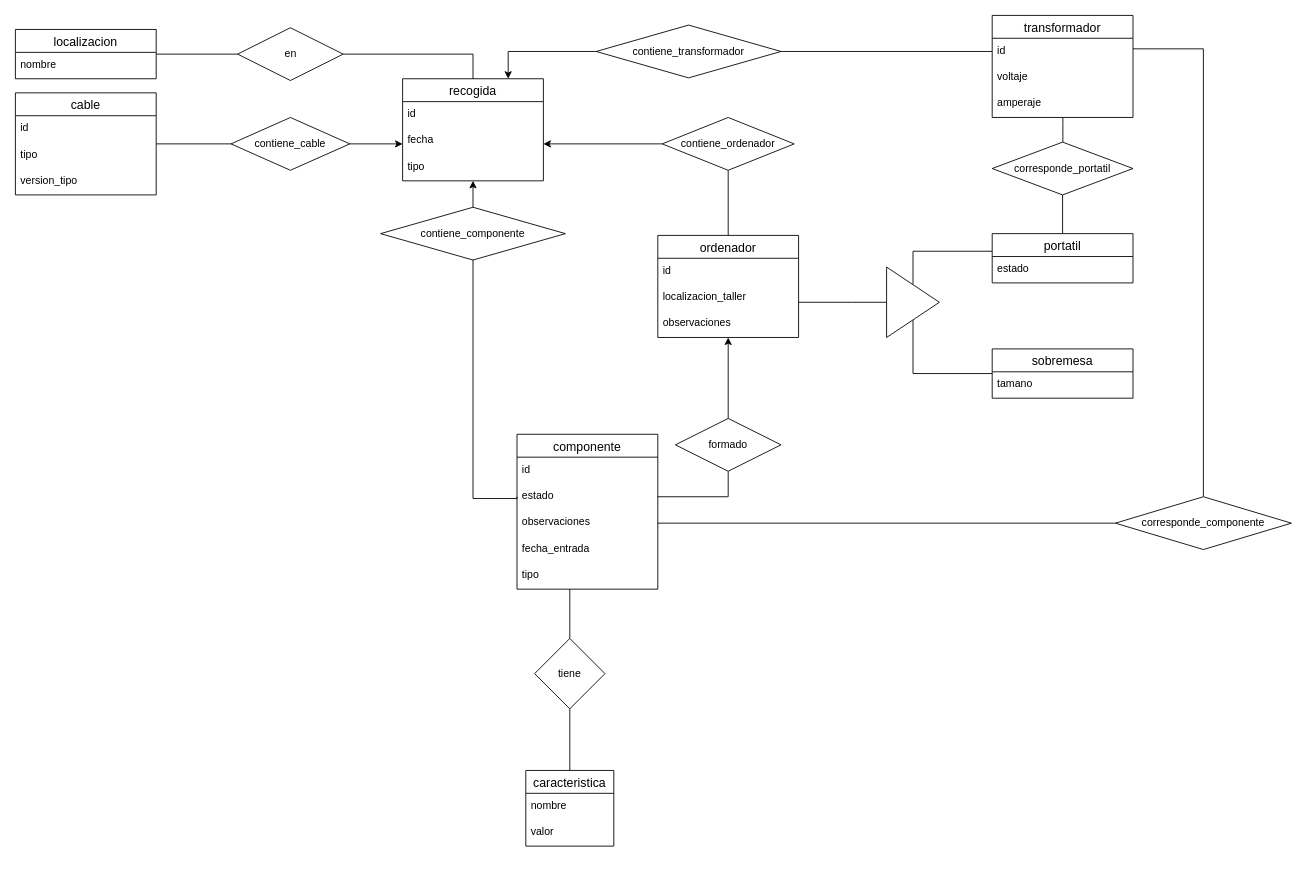
This is db/doc/er_bd.drawio from oslugr/gestion-de-inventario, a draw.io file, before an edit. Source tidied: cells renumbered, new cells numbered last; positions are measured from the earlier drawing's top-left corner, leaving out a move shared by most shapes. Both pictures are drawn from the tidied source at 88%, with x=0, y=0 at pixel (15, 15).
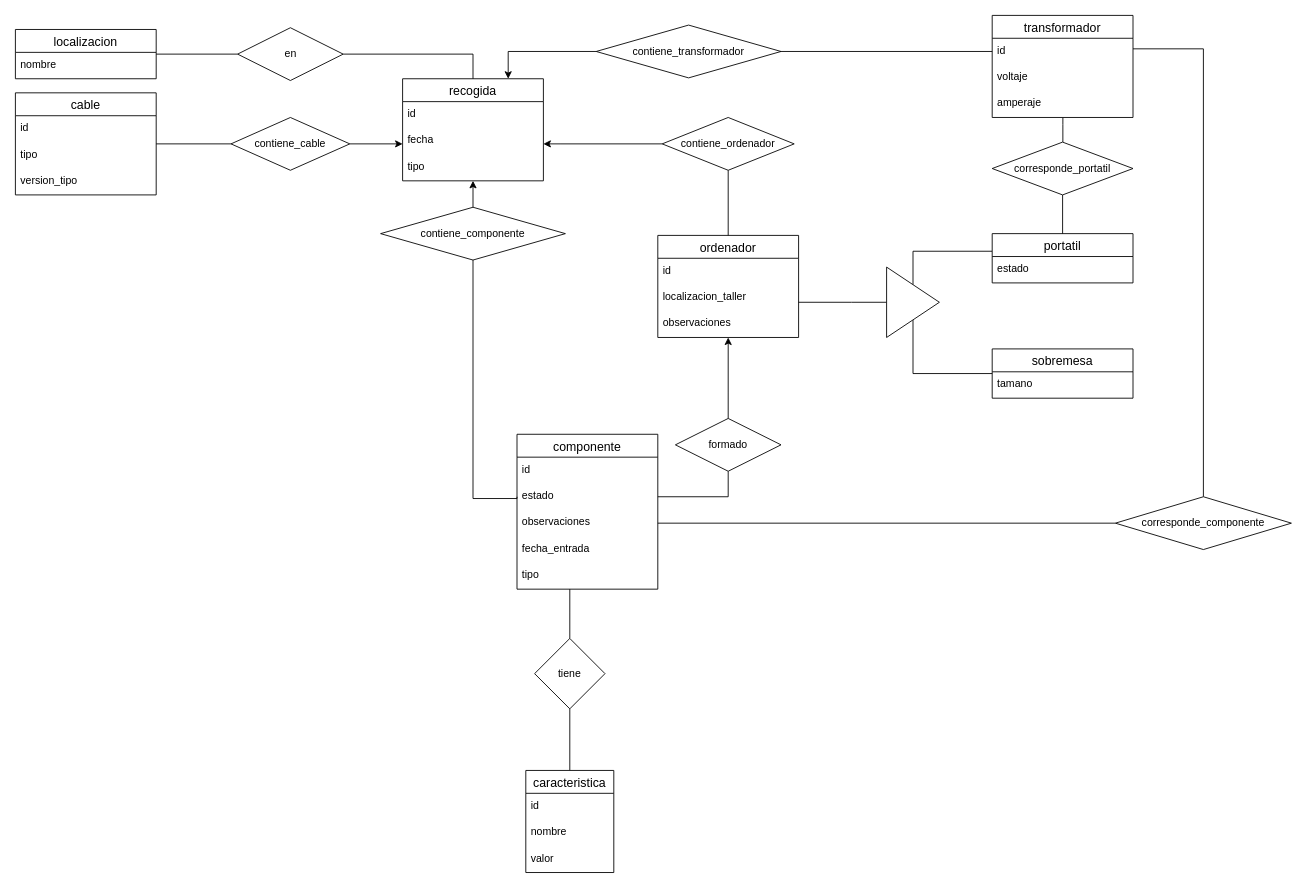
Above is the later version.

Commit message (it also covers changes not shown here):
Añade el id de característica y los datos de los componentes olvidados en el archivo de creación de la base de datos

Diff of the diagram source:
```diff
@@
     <mxCell id="61" value="caracteristica" style="swimlane;fontStyle=0;horizontal=1;startSize=26;align=center;fontSize=14;" parent="1" vertex="1">
-      <mxGeometry x="580" y="858" width="100" height="86" as="geometry" />
+      <mxGeometry x="580" y="858" width="100" height="116" as="geometry" />
     </mxCell>
+    <mxCell id="64" value="id" style="text;strokeColor=none;fillColor=none;spacingLeft=4;spacingRight=4;overflow=hidden;fontSize=12;" parent="61" vertex="1">
+      <mxGeometry y="26" width="100" height="30" as="geometry" />
+    </mxCell>
     <mxCell id="62" value="nombre" style="text;strokeColor=none;fillColor=none;spacingLeft=4;spacingRight=4;overflow=hidden;fontSize=12;" parent="61" vertex="1">
-      <mxGeometry y="26" width="100" height="30" as="geometry" />
+      <mxGeometry y="56" width="100" height="30" as="geometry" />
     </mxCell>
     <mxCell id="63" value="valor" style="text;strokeColor=none;fillColor=none;spacingLeft=4;spacingRight=4;overflow=hidden;fontSize=12;" parent="61" vertex="1">
-      <mxGeometry y="56" width="100" height="30" as="geometry" />
+      <mxGeometry y="86" width="100" height="30" as="geometry" />
     </mxCell>
```
